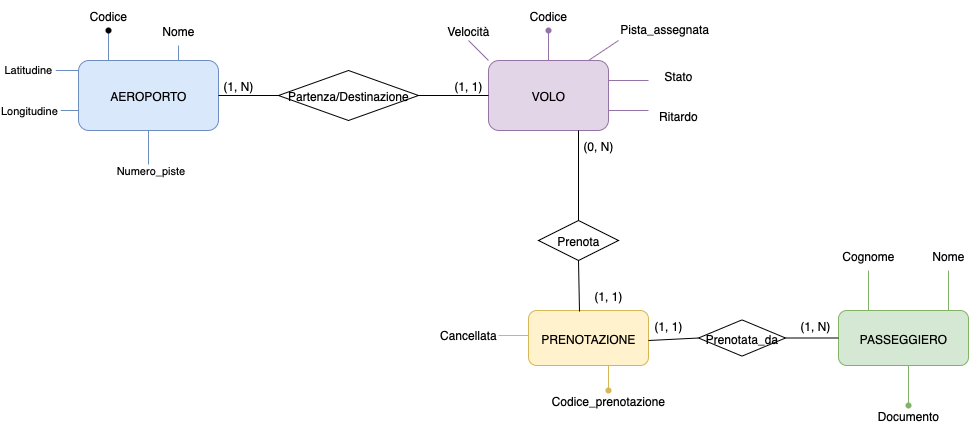
IngSW-unipv/Progetto-V25 keeps this draw.io diagram as diagrammi/Diagramma ERA.png. Above is the earlier version. Source tidied: cells renumbered, new cells last; positions are measured from the earlier drawing's top-left corner, leaving out a move shared by most shapes. Its diagram source:
```xml
<mxGraphModel>
  <root>
    <mxCell id="0" />
    <mxCell id="1" parent="0" />
    <mxCell id="2" value="AEROPORTO" style="rounded=1;whiteSpace=wrap;html=1;fillColor=#dae8fc;strokeColor=#6c8ebf;" parent="1" vertex="1">
      <mxGeometry x="50" y="60" width="140" height="70" as="geometry" />
    </mxCell>
    <mxCell id="3" style="endArrow=none;html=1;rounded=0;" parent="1" edge="1" source="5">
      <mxGeometry relative="1" as="geometry">
        <mxPoint x="80" y="30" as="targetPoint" />
      </mxGeometry>
    </mxCell>
    <mxCell id="4" style="endArrow=none;html=1;rounded=0;fillColor=#dae8fc;strokeColor=#6c8ebf;" parent="1" edge="1" target="5">
      <mxGeometry relative="1" as="geometry">
        <mxPoint x="80" y="60" as="sourcePoint" />
      </mxGeometry>
    </mxCell>
    <mxCell id="5" style="shape=waypoint;sketch=0;size=6;points=[];fillColor=none;perimeter=centerPerimeter;snapToPoint=1;" parent="1" vertex="1">
      <mxGeometry x="70" y="20" width="20" height="20" as="geometry" />
    </mxCell>
    <mxCell id="6" value="Codice" style="text;html=1;align=center;verticalAlign=middle;whiteSpace=wrap;rounded=0;" parent="1" vertex="1">
      <mxGeometry x="50" width="60" height="30" as="geometry" />
    </mxCell>
    <mxCell id="7" style="endArrow=none;html=1;rounded=0;fillColor=#dae8fc;strokeColor=#6c8ebf;" parent="1" edge="1" target="8">
      <mxGeometry relative="1" as="geometry">
        <mxPoint x="150" y="60" as="sourcePoint" />
      </mxGeometry>
    </mxCell>
    <mxCell id="8" value="Nome" style="text;html=1;align=center;verticalAlign=middle;whiteSpace=wrap;rounded=0;" parent="1" vertex="1">
      <mxGeometry x="120" y="15" width="60" height="30" as="geometry" />
    </mxCell>
    <mxCell id="9" style="endArrow=none;html=1;rounded=0;fillColor=#dae8fc;strokeColor=#6c8ebf;" parent="1" edge="1">
      <mxGeometry relative="1" as="geometry">
        <mxPoint x="20" y="70" as="sourcePoint" />
        <mxPoint x="50" y="70" as="targetPoint" />
      </mxGeometry>
    </mxCell>
    <mxCell id="10" value="Latitudine&amp;nbsp;" style="edgeLabel;html=1;align=center;verticalAlign=middle;" parent="9" vertex="1">
      <mxGeometry x="0.33" y="2" relative="1" as="geometry">
        <mxPoint x="-40" as="offset" />
      </mxGeometry>
    </mxCell>
    <mxCell id="11" style="endArrow=none;html=1;rounded=0;fillColor=#dae8fc;strokeColor=#6c8ebf;" parent="1" edge="1">
      <mxGeometry relative="1" as="geometry">
        <mxPoint x="20" y="110" as="sourcePoint" />
        <mxPoint x="50" y="110" as="targetPoint" />
      </mxGeometry>
    </mxCell>
    <mxCell id="12" value="Longitudine&amp;nbsp;" style="edgeLabel;html=1;align=center;verticalAlign=middle;" parent="1" vertex="1">
      <mxGeometry y="90" as="geometry">
        <mxPoint x="1" y="19" as="offset" />
      </mxGeometry>
    </mxCell>
    <mxCell id="13" style="endArrow=none;html=1;rounded=0;fillColor=#dae8fc;strokeColor=#6c8ebf;" parent="1" edge="1">
      <mxGeometry relative="1" as="geometry">
        <mxPoint x="120" y="170" as="sourcePoint" />
        <mxPoint x="120" y="130" as="targetPoint" />
      </mxGeometry>
    </mxCell>
    <mxCell id="14" value="Numero_piste" style="edgeLabel;html=1;align=center;verticalAlign=middle;" parent="1" vertex="1">
      <mxGeometry x="120" y="150" as="geometry">
        <mxPoint x="1" y="19" as="offset" />
      </mxGeometry>
    </mxCell>
    <mxCell id="15" value="VOLO" style="rounded=1;whiteSpace=wrap;html=1;fillColor=#e1d5e7;strokeColor=#9673a6;" parent="1" vertex="1">
      <mxGeometry x="460" y="60" width="120" height="70" as="geometry" />
    </mxCell>
    <mxCell id="16" value="Partenza/Destinazione" style="rhombus;whiteSpace=wrap;html=1;" parent="1" vertex="1">
      <mxGeometry x="250" y="70" width="140" height="50" as="geometry" />
    </mxCell>
    <mxCell id="17" style="endArrow=none;html=1;rounded=0;fillColor=#e1d5e7;strokeColor=#9673a6;" parent="1" edge="1" source="18">
      <mxGeometry relative="1" as="geometry">
        <mxPoint x="520" y="30" as="targetPoint" />
        <Array as="points">
          <mxPoint x="520" y="60" />
        </Array>
      </mxGeometry>
    </mxCell>
    <mxCell id="18" style="shape=waypoint;sketch=0;size=6;points=[];fillColor=#e1d5e7;perimeter=centerPerimeter;snapToPoint=1;strokeColor=#9673a6;" parent="1" vertex="1">
      <mxGeometry x="510" y="20" width="20" height="20" as="geometry" />
    </mxCell>
    <mxCell id="19" value="Codice" style="text;html=1;align=center;verticalAlign=middle;whiteSpace=wrap;rounded=0;" parent="1" vertex="1">
      <mxGeometry x="490" width="60" height="30" as="geometry" />
    </mxCell>
    <mxCell id="20" style="endArrow=none;html=1;rounded=0;fillColor=#e1d5e7;strokeColor=#9673a6;" parent="1" edge="1">
      <mxGeometry relative="1" as="geometry">
        <mxPoint x="560" y="60" as="sourcePoint" />
        <mxPoint x="590" y="40" as="targetPoint" />
      </mxGeometry>
    </mxCell>
    <mxCell id="21" value="&lt;span style=&quot;caret-color: rgb(0, 0, 0); color: rgb(0, 0, 0); font-family: Helvetica; font-size: 12px; font-style: normal; font-variant-caps: normal; font-weight: 400; letter-spacing: normal; text-align: center; text-indent: 0px; text-transform: none; white-space: normal; word-spacing: 0px; -webkit-text-stroke-width: 0px; text-decoration: none; float: none; display: inline !important;&quot;&gt;Pista_assegnata&lt;/span&gt;" style="text;whiteSpace=wrap;html=1;" parent="1" vertex="1">
      <mxGeometry x="590" y="15" width="120" height="40" as="geometry" />
    </mxCell>
    <mxCell id="22" style="endArrow=none;html=1;rounded=0;fillColor=#e1d5e7;strokeColor=#9673a6;" parent="1" edge="1">
      <mxGeometry relative="1" as="geometry">
        <mxPoint x="580" y="80" as="sourcePoint" />
        <mxPoint x="620" y="80" as="targetPoint" />
      </mxGeometry>
    </mxCell>
    <mxCell id="23" value="Stato" style="text;html=1;align=center;verticalAlign=middle;whiteSpace=wrap;rounded=0;" parent="1" vertex="1">
      <mxGeometry x="620" y="60" width="60" height="30" as="geometry" />
    </mxCell>
    <mxCell id="24" style="endArrow=none;html=1;rounded=0;fillColor=#e1d5e7;strokeColor=#9673a6;" parent="1" edge="1">
      <mxGeometry relative="1" as="geometry">
        <mxPoint x="580" y="110" as="sourcePoint" />
        <mxPoint x="620" y="110" as="targetPoint" />
      </mxGeometry>
    </mxCell>
    <mxCell id="25" value="Ritardo" style="text;html=1;align=center;verticalAlign=middle;whiteSpace=wrap;rounded=0;" parent="1" vertex="1">
      <mxGeometry x="620" y="100" width="60" height="30" as="geometry" />
    </mxCell>
    <mxCell id="26" style="endArrow=none;html=1;rounded=0;fillColor=#e1d5e7;strokeColor=#9673a6;entryX=0;entryY=0;entryDx=0;entryDy=0;" parent="1" edge="1" target="15">
      <mxGeometry relative="1" as="geometry">
        <mxPoint x="440" y="40" as="sourcePoint" />
      </mxGeometry>
    </mxCell>
    <mxCell id="27" value="Velocità" style="text;html=1;align=center;verticalAlign=middle;whiteSpace=wrap;rounded=0;" parent="1" vertex="1">
      <mxGeometry x="410" y="15" width="60" height="30" as="geometry" />
    </mxCell>
    <mxCell id="28" value="PRENOTAZIONE" style="rounded=1;whiteSpace=wrap;html=1;fillColor=#fff2cc;strokeColor=#d6b656;" parent="1" vertex="1">
      <mxGeometry x="500" y="310" width="120" height="55" as="geometry" />
    </mxCell>
    <mxCell id="29" value="PASSEGGIERO" style="rounded=1;whiteSpace=wrap;html=1;fillColor=#d5e8d4;strokeColor=#82b366;" parent="1" vertex="1">
      <mxGeometry x="810" y="310" width="130" height="55" as="geometry" />
    </mxCell>
    <mxCell id="30" style="endArrow=none;html=1;rounded=0;exitX=1;exitY=0.5;exitDx=0;exitDy=0;entryX=0;entryY=0.5;entryDx=0;entryDy=0;" parent="1" edge="1" source="2" target="16">
      <mxGeometry relative="1" as="geometry">
        <Array as="points">
          <mxPoint x="240" y="95" />
        </Array>
      </mxGeometry>
    </mxCell>
    <mxCell id="31" style="endArrow=none;html=1;rounded=0;entryX=0;entryY=0.5;entryDx=0;entryDy=0;" parent="1" edge="1" target="15">
      <mxGeometry relative="1" as="geometry">
        <mxPoint x="390" y="95" as="sourcePoint" />
      </mxGeometry>
    </mxCell>
    <mxCell id="32" style="endArrow=none;html=1;rounded=0;entryX=0;entryY=0.5;entryDx=0;entryDy=0;" parent="1" edge="1" source="34" target="29">
      <mxGeometry relative="1" as="geometry" />
    </mxCell>
    <mxCell id="33" style="endArrow=none;html=1;rounded=0;entryX=0;entryY=0.5;entryDx=0;entryDy=0;" parent="1" edge="1" target="34">
      <mxGeometry relative="1" as="geometry">
        <mxPoint x="620" y="340" as="sourcePoint" />
      </mxGeometry>
    </mxCell>
    <mxCell id="34" value="Prenotata_da" style="rhombus;whiteSpace=wrap;html=1;" parent="1" vertex="1">
      <mxGeometry x="670" y="319.4" width="87" height="36.2" as="geometry" />
    </mxCell>
    <mxCell id="35" style="endArrow=none;html=1;rounded=0;fillColor=#fff2cc;strokeColor=#d6b656;exitX=0.5;exitY=0;exitDx=0;exitDy=0;exitPerimeter=0;" parent="1" edge="1" source="39">
      <mxGeometry relative="1" as="geometry">
        <mxPoint x="580" y="365" as="targetPoint" />
      </mxGeometry>
    </mxCell>
    <mxCell id="36" style="endArrow=none;html=1;rounded=0;fillColor=#fff2cc;strokeColor=#d6b656;" parent="1" edge="1">
      <mxGeometry relative="1" as="geometry">
        <mxPoint x="470" y="335" as="sourcePoint" />
        <mxPoint x="500" y="335" as="targetPoint" />
      </mxGeometry>
    </mxCell>
    <mxCell id="37" value="Cancellata" style="text;html=1;align=center;verticalAlign=middle;whiteSpace=wrap;rounded=0;" parent="1" vertex="1">
      <mxGeometry x="410" y="319.4" width="60" height="30" as="geometry" />
    </mxCell>
    <mxCell id="38" value="Codice_prenotazione" style="text;html=1;align=center;verticalAlign=middle;whiteSpace=wrap;rounded=0;" parent="1" vertex="1">
      <mxGeometry x="550" y="385" width="60" height="30" as="geometry" />
    </mxCell>
    <mxCell id="39" style="shape=waypoint;sketch=0;size=6;points=[];fillColor=#fff2cc;perimeter=centerPerimeter;snapToPoint=1;strokeColor=#d6b656;" parent="1" vertex="1">
      <mxGeometry x="570" y="380" width="20" height="20" as="geometry" />
    </mxCell>
    <mxCell id="40" style="endArrow=none;html=1;rounded=0;fillColor=#d5e8d4;strokeColor=#82b366;" parent="1" edge="1">
      <mxGeometry relative="1" as="geometry">
        <mxPoint x="840" y="310" as="sourcePoint" />
        <mxPoint x="840" y="270" as="targetPoint" />
      </mxGeometry>
    </mxCell>
    <mxCell id="41" style="endArrow=none;html=1;rounded=0;fillColor=#d5e8d4;strokeColor=#82b366;" parent="1" edge="1">
      <mxGeometry relative="1" as="geometry">
        <mxPoint x="920" y="310" as="sourcePoint" />
        <mxPoint x="920" y="270" as="targetPoint" />
      </mxGeometry>
    </mxCell>
    <mxCell id="42" style="endArrow=none;html=1;rounded=0;fillColor=#d5e8d4;strokeColor=#82b366;" parent="1" edge="1">
      <mxGeometry relative="1" as="geometry">
        <mxPoint x="880" y="405" as="sourcePoint" />
        <mxPoint x="880" y="365" as="targetPoint" />
      </mxGeometry>
    </mxCell>
    <mxCell id="43" value="Cognome" style="text;html=1;align=center;verticalAlign=middle;whiteSpace=wrap;rounded=0;" parent="1" vertex="1">
      <mxGeometry x="810" y="240" width="60" height="30" as="geometry" />
    </mxCell>
    <mxCell id="44" value="Nome" style="text;html=1;align=center;verticalAlign=middle;whiteSpace=wrap;rounded=0;" parent="1" vertex="1">
      <mxGeometry x="890" y="240" width="60" height="30" as="geometry" />
    </mxCell>
    <mxCell id="45" value="Documento" style="text;html=1;align=center;verticalAlign=middle;whiteSpace=wrap;rounded=0;" parent="1" vertex="1">
      <mxGeometry x="850" y="400" width="60" height="30" as="geometry" />
    </mxCell>
    <mxCell id="46" style="shape=waypoint;sketch=0;size=6;fillColor=#d5e8d4;perimeter=centerPerimeter;strokeColor=#82b366;" parent="1" vertex="1">
      <mxGeometry x="870" y="395" width="20" height="20" as="geometry" />
    </mxCell>
    <mxCell id="47" style="endArrow=none;html=1;rounded=0;entryX=0.75;entryY=1;entryDx=0;entryDy=0;exitX=0.5;exitY=0;exitDx=0;exitDy=0;" parent="1" edge="1" source="49" target="15">
      <mxGeometry relative="1" as="geometry" />
    </mxCell>
    <mxCell id="48" style="endArrow=none;html=1;rounded=0;entryX=0.5;entryY=1;entryDx=0;entryDy=0;exitX=0.425;exitY=0.018;exitDx=0;exitDy=0;exitPerimeter=0;" parent="1" edge="1" source="28" target="49">
      <mxGeometry relative="1" as="geometry" />
    </mxCell>
    <mxCell id="49" value="Prenota" style="rhombus;whiteSpace=wrap;html=1;" parent="1" vertex="1">
      <mxGeometry x="510" y="220" width="80" height="40" as="geometry" />
    </mxCell>
    <mxCell id="50" value="(1, N)" style="text;html=1;align=center;verticalAlign=middle;whiteSpace=wrap;rounded=0;" parent="1" vertex="1">
      <mxGeometry x="180" y="70" width="60" height="30" as="geometry" />
    </mxCell>
    <mxCell id="51" value="(0, N)" style="text;html=1;align=center;verticalAlign=middle;whiteSpace=wrap;rounded=0;" parent="1" vertex="1">
      <mxGeometry x="540" y="130" width="60" height="30" as="geometry" />
    </mxCell>
    <mxCell id="52" value="(1, N)" style="text;html=1;align=center;verticalAlign=middle;whiteSpace=wrap;rounded=0;" parent="1" vertex="1">
      <mxGeometry x="757" y="310" width="60" height="30" as="geometry" />
    </mxCell>
    <mxCell id="53" value="(1, 1)" style="text;html=1;align=center;verticalAlign=middle;whiteSpace=wrap;rounded=0;" parent="1" vertex="1">
      <mxGeometry x="410" y="70" width="60" height="30" as="geometry" />
    </mxCell>
    <mxCell id="54" value="(1, 1)" style="text;html=1;align=center;verticalAlign=middle;whiteSpace=wrap;rounded=0;" parent="1" vertex="1">
      <mxGeometry x="550" y="280" width="60" height="30" as="geometry" />
    </mxCell>
    <mxCell id="55" value="(1, 1)" style="text;html=1;align=center;verticalAlign=middle;whiteSpace=wrap;rounded=0;" parent="1" vertex="1">
      <mxGeometry x="610" y="310" width="60" height="30" as="geometry" />
    </mxCell>
  </root>
</mxGraphModel>
```
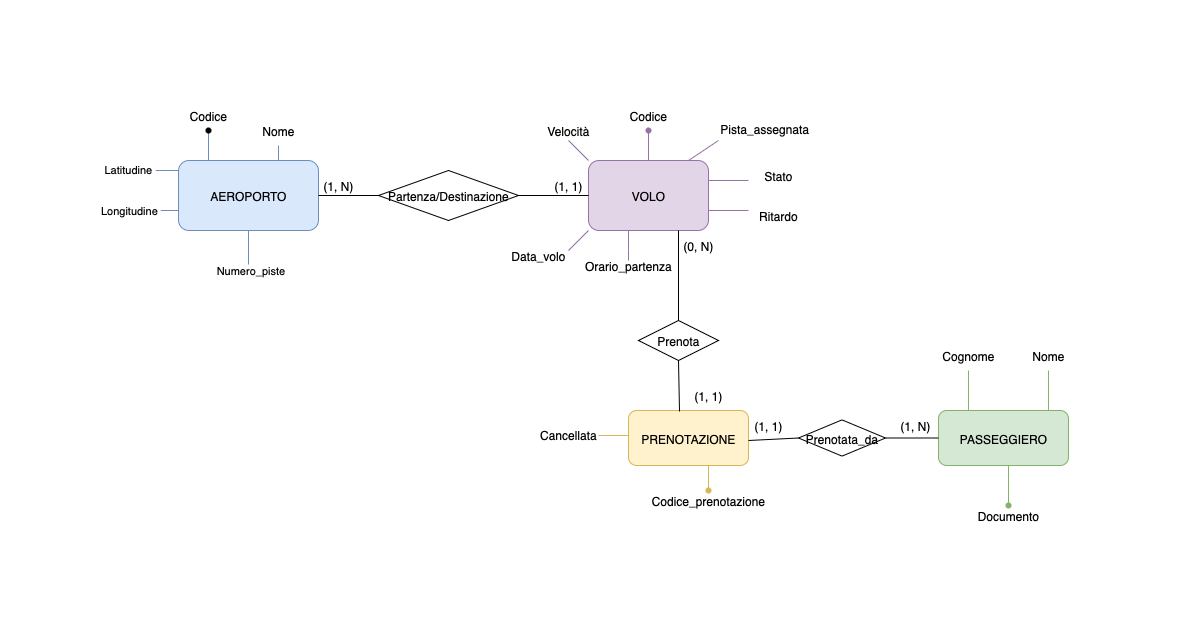
The same diagram one commit later.

Diff of the diagram source:
```diff
@@ -223,5 +223,26 @@
     <mxCell id="55" value="(1, 1)" style="text;html=1;align=center;verticalAlign=middle;whiteSpace=wrap;rounded=0;" parent="1" vertex="1">
       <mxGeometry x="610" y="310" width="60" height="30" as="geometry" />
     </mxCell>
+    <mxCell id="56" style="endArrow=none;html=1;rounded=0;fillColor=#e1d5e7;strokeColor=#9673a6;entryX=0;entryY=1;entryDx=0;entryDy=0;" parent="1" edge="1" target="15">
+      <mxGeometry relative="1" as="geometry">
+        <mxPoint x="440" y="150" as="sourcePoint" />
+      </mxGeometry>
+    </mxCell>
+    <mxCell id="57" style="endArrow=none;html=1;rounded=0;fillColor=#e1d5e7;strokeColor=#9673a6;" parent="1" edge="1" source="60">
+      <mxGeometry relative="1" as="geometry">
+        <mxPoint x="500" y="130" as="targetPoint" />
+      </mxGeometry>
+    </mxCell>
+    <mxCell id="58" value="Data_volo" style="text;html=1;align=center;verticalAlign=middle;whiteSpace=wrap;rounded=0;" parent="1" vertex="1">
+      <mxGeometry x="380" y="140" width="60" height="30" as="geometry" />
+    </mxCell>
+    <mxCell id="59" style="endArrow=none;html=1;rounded=0;fillColor=#e1d5e7;strokeColor=#9673a6;" parent="1" edge="1" target="60">
+      <mxGeometry relative="1" as="geometry">
+        <mxPoint x="500" y="160" as="sourcePoint" />
+      </mxGeometry>
+    </mxCell>
+    <mxCell id="60" value="Orario_partenza" style="text;html=1;align=center;verticalAlign=middle;whiteSpace=wrap;rounded=0;" parent="1" vertex="1">
+      <mxGeometry x="470" y="150" width="60" height="30" as="geometry" />
+    </mxCell>
   </root>
 </mxGraphModel>
```
